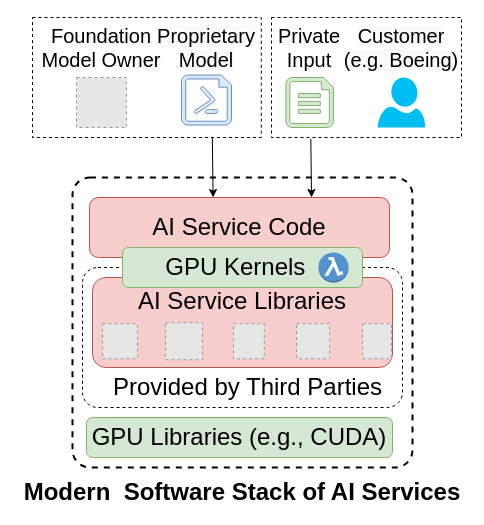
Earlier version of the draw.io diagram page "Softwares" (8 of 8) of ConfidentialComputing/confAI_current.drawio (ya0guang/researches). Source tidied: cells renumbered, new cells numbered last; positions are measured from the earlier drawing's top-left corner, leaving out a move shared by most shapes. Both pictures are drawn from the tidied source at 100%, with x=0, y=0 at pixel (17, 17). Pictures stored in the file or linked from it are replaced by grey dashed boxes.
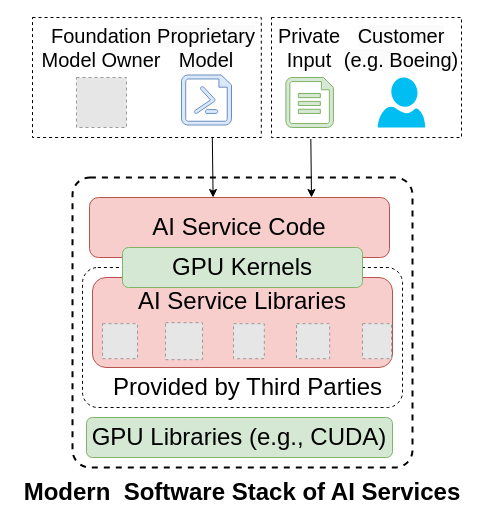
The same diagram, later.

Unchanged cells that the change refers to:
```xml
<mxCell id="29" style="group;" parent="1" vertex="1">
  <mxGeometry x="105" y="230" width="240" height="40" as="geometry" />
</mxCell>
```

Change to the diagram source:
```diff
@@
-    <mxCell id="30" value="&lt;span style=&quot;font-size: 24px;&quot;&gt;GPU Kernels&amp;nbsp;&amp;nbsp;&lt;/span&gt;" style="rounded=1;whiteSpace=wrap;html=1;fillColor=#d5e8d4;strokeColor=#82b366;" parent="29" vertex="1">
+    <mxCell id="30" value="&lt;span style=&quot;font-size: 24px;&quot;&gt;GPU Kernels&lt;/span&gt;" style="rounded=1;whiteSpace=wrap;html=1;fillColor=#d5e8d4;strokeColor=#82b366;" parent="29" vertex="1">
       <mxGeometry width="240" height="40" as="geometry" />
     </mxCell>
-    <mxCell id="31" style="dashed=0;verticalLabelPosition=bottom;verticalAlign=top;align=center;html=1;shape=mxgraph.aws3.lambda_function;fillColor=#5294CF;gradientColor=none;" parent="29" vertex="1">
-      <mxGeometry x="196" y="5" width="30" height="30" as="geometry" />
-    </mxCell>
```
